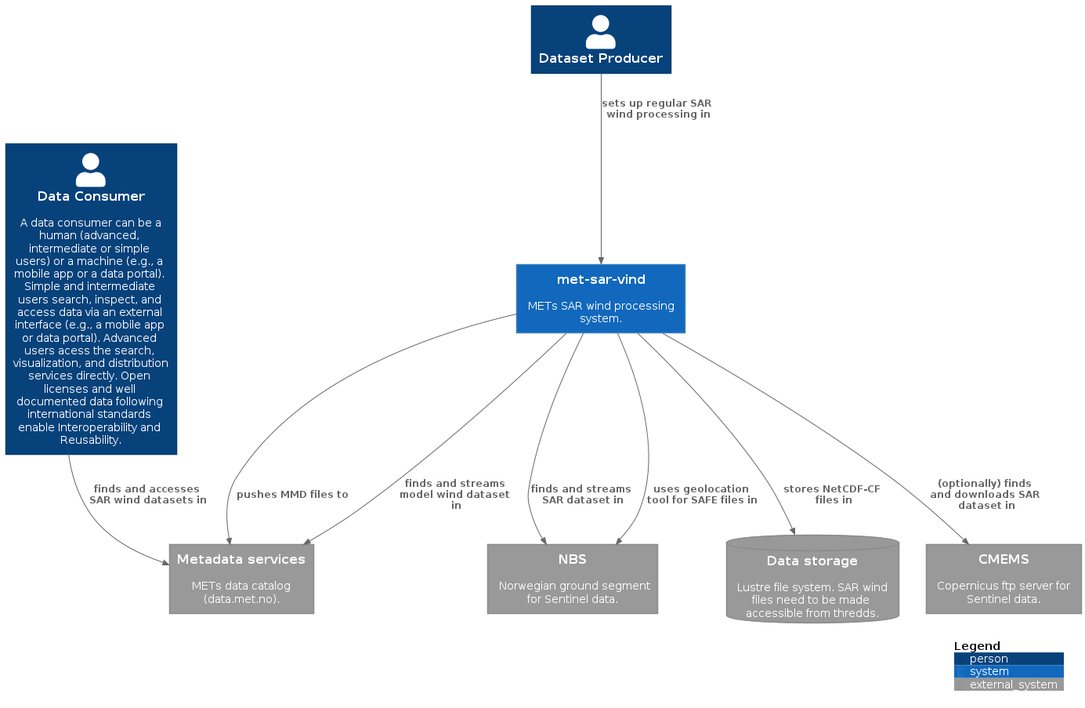
This is puml/context-diagram.png from metno/py-sar-wind, a PlantUML export, as it was before one commit.
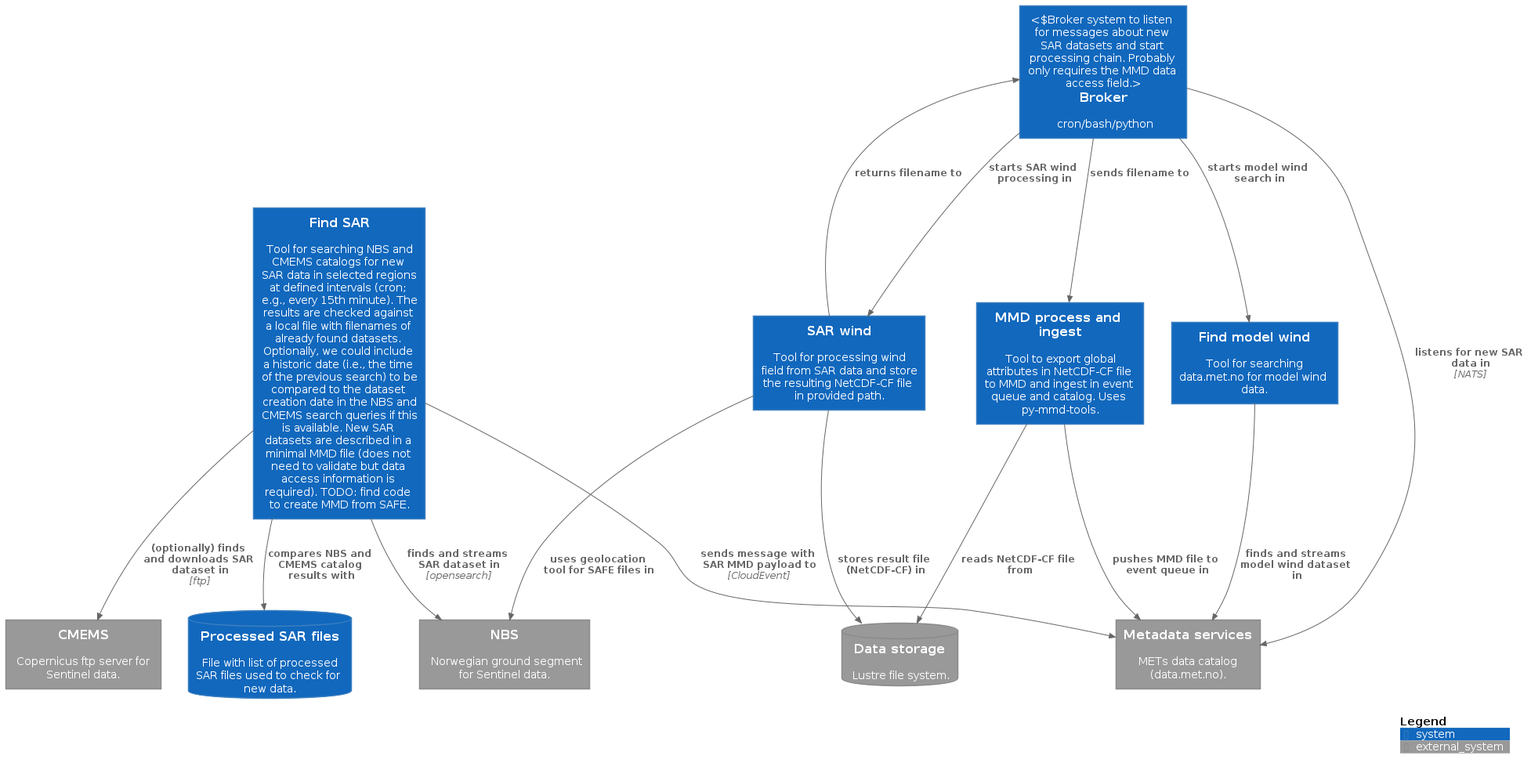
Above is the later version.

The edit, as a diff of the source:
```diff
@@ -3,26 +3,43 @@
 
 LAYOUT_TOP_DOWN()
 
-Person(dataproducer, "Dataset Producer")
-Person(consumers, "Data Consumer", "A data consumer can be a human (advanced, intermediate or simple users) or a machine (e.g., a mobile app or a data portal). Simple and intermediate users search, inspect, and access data via an external interface (e.g., a mobile app or data portal). Advanced users acess the search, visualization, and distribution services directly. Open licenses and well documented data following international standards enable Interoperability and Reusability.")
+System_Ext(nbs, "NBS", "Norwegian ground segment for Sentinel data.")
+System_Ext(cmems, "CMEMS", "Copernicus ftp server for Sentinel data.")
+System_Ext(met, "Metadata services", "METs data catalog (data.met.no).")
+SystemDb_Ext(met_storage, "Data storage", "Lustre file system.")
 
-System_Ext(nbs, "NBS", "Norwegian ground segment for Sentinel data.")
-System_Ext(esa, "CMEMS", "Copernicus ftp server for Sentinel data.")
-System_Ext(met, "Metadata services", "METs data catalog (data.met.no).")
-SystemDb_Ext(met_storage, "Data storage", "Lustre file system. SAR wind files need to be made accessible from thredds.")
-System(sar_proc, "met-sar-vind", "METs SAR wind processing system.")
+System(broker, "Broker", "cron/bash/python", "Broker system to listen for messages about new SAR datasets and start processing chain. Probably only requires the MMD data access field.")
 
-Rel(sar_proc, nbs, "finds and streams SAR dataset in")
-Rel(sar_proc, nbs, "uses geolocation tool for SAFE files in")
-Rel(sar_proc, esa, "(optionally) finds and downloads SAR dataset in")
-Rel(sar_proc, met, "finds and streams model wind dataset in")
+System(findsar, "Find SAR", "Tool for searching NBS and CMEMS catalogs for new SAR data in selected regions at defined intervals (cron; e.g., every 15th minute). The results are checked against a local file with filenames of already found datasets. Optionally, we could include a historic date (i.e., the time of the previous search) to be compared to the dataset creation date in the NBS and CMEMS search queries if this is available. New SAR datasets are described in a minimal MMD file (does not need to validate but data access information is required). TODO: find code to create MMD from SAFE.")
 
-Rel(sar_proc, met, "pushes MMD files to")
-Rel(sar_proc, met_storage, "stores NetCDF-CF files in")
+SystemDb(processed_sar, "Processed SAR files", "File with list of processed SAR files used to check for new data.")
 
-Rel(dataproducer, sar_proc, "sets up regular SAR wind processing in")
+System(findmodel, "Find model wind", "Tool for searching data.met.no for model wind data.")
+System(sarwind, "SAR wind", "Tool for processing wind field from SAR data and store the resulting NetCDF-CF file in provided path.")
+System(nc2mmd, "MMD process and ingest", "Tool to export global attributes in NetCDF-CF file to MMD and ingest in event queue and catalog. Uses py-mmd-tools.")
 
-Rel(consumers, met, "finds and accesses SAR wind datasets in")
+Rel(broker, met, "listens for new SAR data in", "NATS")
+
+Rel(broker, findmodel, "starts model wind search in")
+Rel(broker, sarwind, "starts SAR wind processing in")
+Rel(broker, nc2mmd, "sends filename to")
+
+Rel(sarwind, broker, "returns filename to")
+Rel(sarwind, nbs, "uses geolocation tool for SAFE files in")
+
+Rel(sarwind, met_storage, "stores result file (NetCDF-CF) in")
+
+Rel(nc2mmd, met_storage, "reads NetCDF-CF file from")
+Rel(nc2mmd, met, "pushes MMD file to event queue in")
+
+Rel(findsar, nbs, "finds and streams SAR dataset in", "opensearch")
+Rel(findsar, cmems, "(optionally) finds and downloads SAR dataset in", "ftp")
+Rel(findsar, met, "sends message with SAR MMD payload to", "CloudEvent")
+
+Rel(findsar, processed_sar, "compares NBS and CMEMS catalog results with")
+
+Rel(findmodel, met, "finds and streams model wind dataset in")
+
 
 SHOW_LEGEND()
 
```
